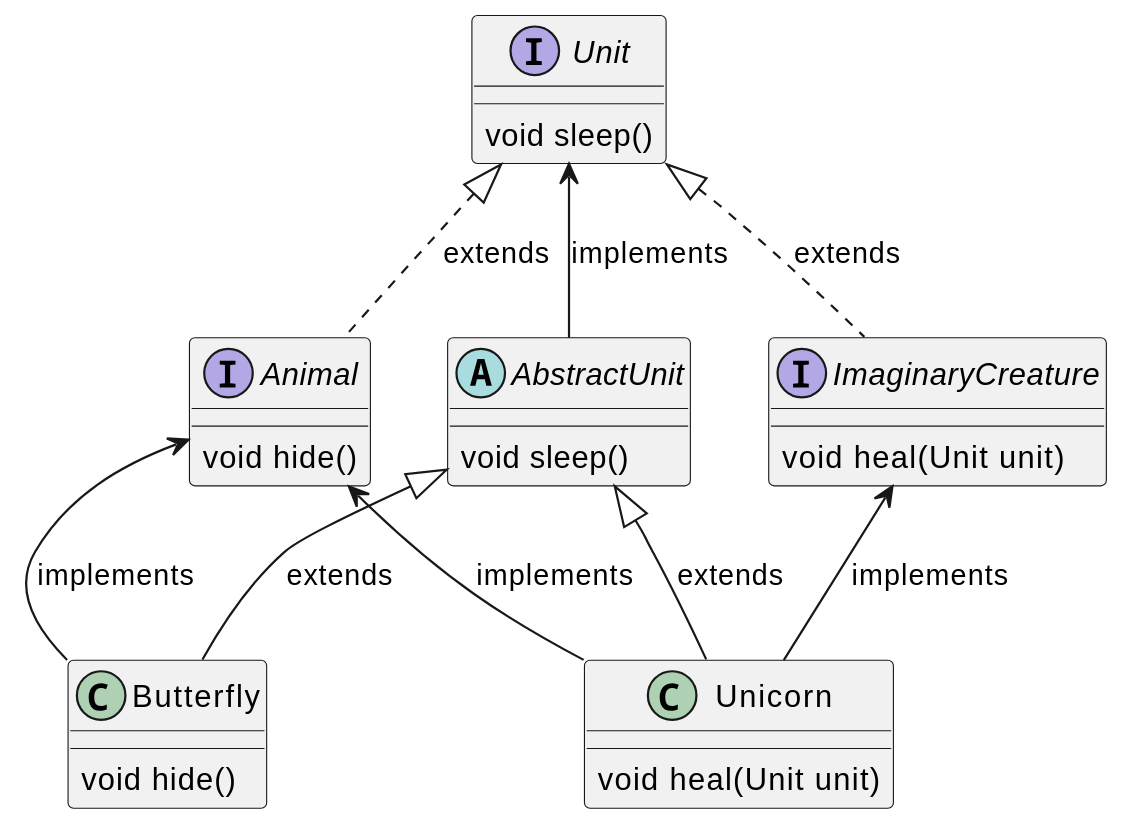
The PlantUML diagram img/diagrams/plantuml/multiple_inherit.svg in unibz-oofp-25-26/unibz-oofp-25-26.github.io, before a commit.
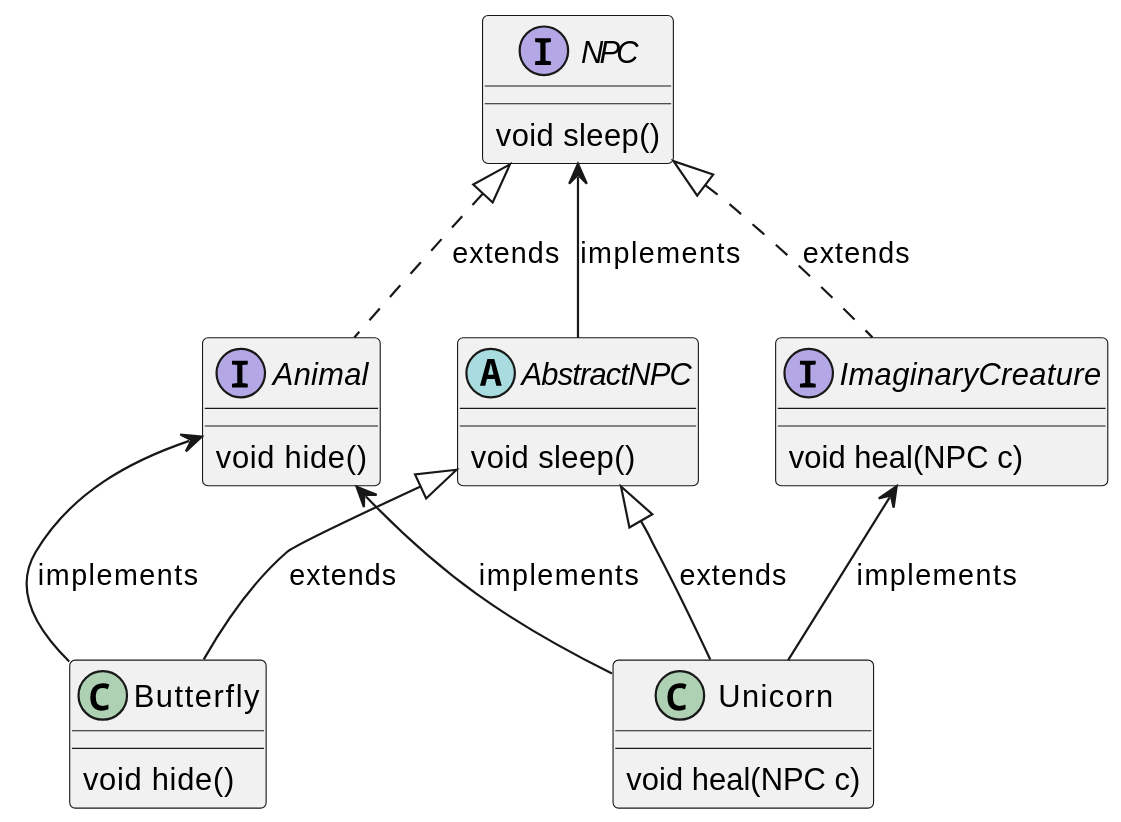
Later version of the same file.

The edit, as a diff of the source:
```diff
@@ -1,7 +1,7 @@
 @startuml
 scale 800 width
 
-interface Unit {
+interface NPC {
   void sleep()
 }
 
@@ -10,10 +10,10 @@
 }
 
 interface ImaginaryCreature {
-  void heal(Unit unit)
+  void heal(NPC c)
 }
 
-abstract class AbstractUnit {
+abstract class AbstractNPC {
   void sleep()
 }
 
@@ -23,20 +23,20 @@
 
 
 class Unicorn {
-  void heal(Unit unit)
+  void heal(NPC c)
 }
 
 
 
 
-Unit <|.. Animal : extends
-Unit <|.. ImaginaryCreature : extends
+NPC <|.. Animal : extends
+NPC <|.. ImaginaryCreature : extends
 
-Unit <--  AbstractUnit : implements
+NPC <--  AbstractNPC : implements
 Animal <--  Unicorn : implements
 Animal <--  Butterfly : implements
 ImaginaryCreature <-- Unicorn : implements
 
-AbstractUnit <|-- Unicorn : extends
-AbstractUnit <|-- Butterfly : extends
+AbstractNPC <|-- Unicorn : extends
+AbstractNPC <|-- Butterfly : extends
 @enduml
```
